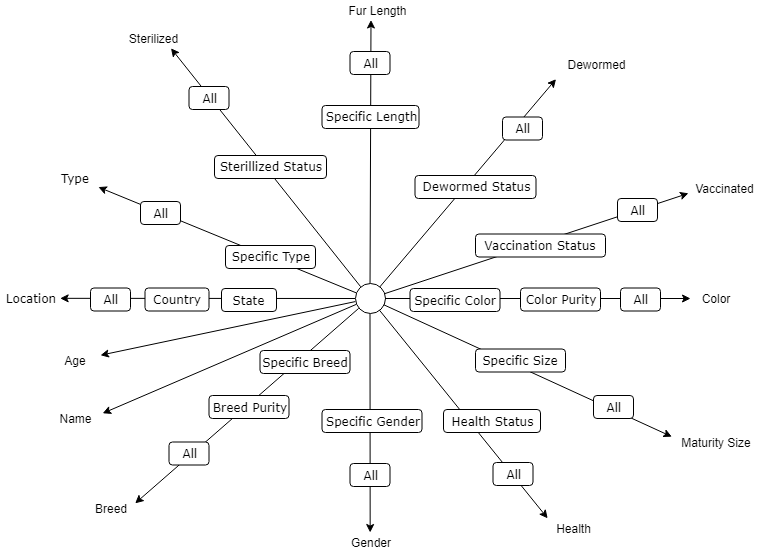
Above: resources/starnet/starnet.png in brucehow/cits3401-project (draw.io), before the change. Source tidied: cells renumbered, new cells last; positions are measured from the earlier drawing's top-left corner, leaving out a move shared by most shapes.
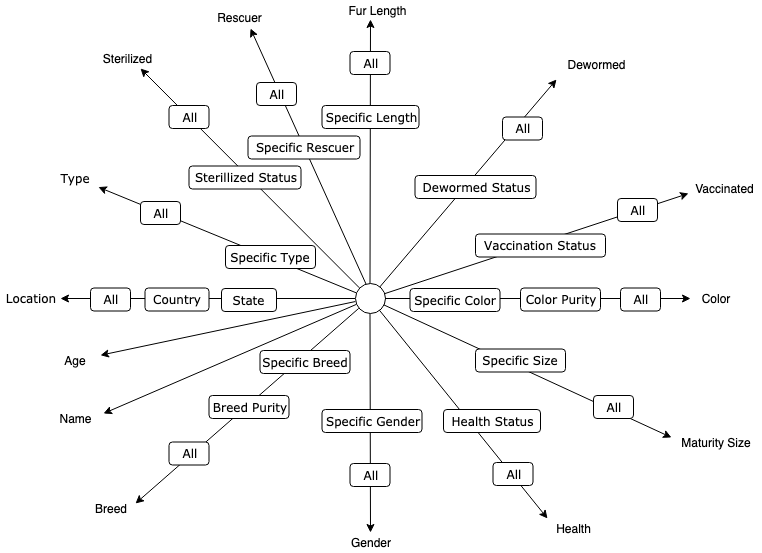
Above is the later version.

Commit message:
Update starnet and template

What changed in the source:
```diff
@@ -130,16 +130,18 @@
       <mxGeometry x="414.5" y="175" width="121" height="23" as="geometry" />
     </mxCell>
     <mxCell id="43" value="Sterilized" style="text;html=1;strokeColor=none;fillColor=none;align=center;verticalAlign=middle;whiteSpace=wrap;rounded=0;" parent="1" vertex="1">
-      <mxGeometry x="115.5" y="28" width="73" height="20" as="geometry" />
+      <mxGeometry x="90" y="48" width="73" height="20" as="geometry" />
     </mxCell>
-    <mxCell id="44" style="edgeStyle=none;rounded=0;jettySize=auto;html=0;endArrow=classic;endFill=1;fontColor=none;shadow=0;entryX=0.75;entryY=1;entryDx=0;entryDy=0;" parent="1" edge="1" source="6" target="43">
-      <mxGeometry relative="1" as="geometry" />
+    <mxCell id="44" style="edgeStyle=none;rounded=0;jettySize=auto;html=0;endArrow=classic;endFill=1;fontColor=none;shadow=0;" parent="1" edge="1" source="6">
+      <mxGeometry relative="1" as="geometry">
+        <mxPoint x="140" y="68" as="targetPoint" />
+      </mxGeometry>
     </mxCell>
     <mxCell id="45" value="All&lt;br&gt;" style="whiteSpace=wrap;html=1;rounded=1;shadow=0;labelBackgroundColor=none;strokeColor=#000000;strokeWidth=1;fillColor=#ffffff;fontFamily=Verdana;fontSize=12;fontColor=#000000;align=center;glass=0;" parent="1" vertex="1">
-      <mxGeometry x="188.5" y="86" width="40" height="23" as="geometry" />
+      <mxGeometry x="168.5" y="105" width="40" height="23" as="geometry" />
     </mxCell>
     <mxCell id="46" value="Sterillized Status&lt;br&gt;" style="whiteSpace=wrap;html=1;rounded=1;shadow=0;labelBackgroundColor=none;strokeColor=#000000;strokeWidth=1;fillColor=#ffffff;fontFamily=Verdana;fontSize=12;fontColor=#000000;align=center;glass=0;" parent="1" vertex="1">
-      <mxGeometry x="214" y="155" width="112" height="23" as="geometry" />
+      <mxGeometry x="188.5" y="165.5" width="112" height="23" as="geometry" />
     </mxCell>
     <mxCell id="47" value="Health" style="text;html=1;strokeColor=none;fillColor=none;align=center;verticalAlign=middle;whiteSpace=wrap;rounded=0;" parent="1" vertex="1">
       <mxGeometry x="547" y="518" width="53" height="20" as="geometry" />
@@ -165,5 +167,20 @@
     <mxCell id="54" value="State" style="whiteSpace=wrap;html=1;rounded=1;shadow=0;labelBackgroundColor=none;strokeColor=#000000;strokeWidth=1;fillColor=#ffffff;fontFamily=Verdana;fontSize=12;fontColor=#000000;align=center;glass=0;" parent="1" vertex="1">
       <mxGeometry x="221" y="288" width="55" height="23" as="geometry" />
     </mxCell>
+    <mxCell id="55" value="Rescuer" style="text;html=1;strokeColor=none;fillColor=none;align=center;verticalAlign=middle;whiteSpace=wrap;rounded=0;" parent="1" vertex="1">
+      <mxGeometry x="203" y="7" width="73" height="20" as="geometry" />
+    </mxCell>
+    <mxCell id="56" style="edgeStyle=none;rounded=0;orthogonalLoop=1;jettySize=auto;html=0;endArrow=classic;endFill=1;fontColor=none;shadow=0;" parent="1" edge="1">
+      <mxGeometry relative="1" as="geometry">
+        <mxPoint x="365.5" y="283.5" as="sourcePoint" />
+        <mxPoint x="250" y="28" as="targetPoint" />
+      </mxGeometry>
+    </mxCell>
+    <mxCell id="57" value="All&lt;br&gt;" style="whiteSpace=wrap;html=1;rounded=1;shadow=0;labelBackgroundColor=none;strokeColor=#000000;strokeWidth=1;fillColor=#ffffff;fontFamily=Verdana;fontSize=12;fontColor=#000000;align=center;glass=0;" parent="1" vertex="1">
+      <mxGeometry x="256" y="82" width="40" height="23" as="geometry" />
+    </mxCell>
+    <mxCell id="58" value="Specific Rescuer&lt;br&gt;" style="whiteSpace=wrap;html=1;rounded=1;shadow=0;labelBackgroundColor=none;strokeColor=#000000;strokeWidth=1;fillColor=#ffffff;fontFamily=Verdana;fontSize=12;fontColor=#000000;align=center;glass=0;" parent="1" vertex="1">
+      <mxGeometry x="247.5" y="135.5" width="112" height="23" as="geometry" />
+    </mxCell>
   </root>
 </mxGraphModel>
```
